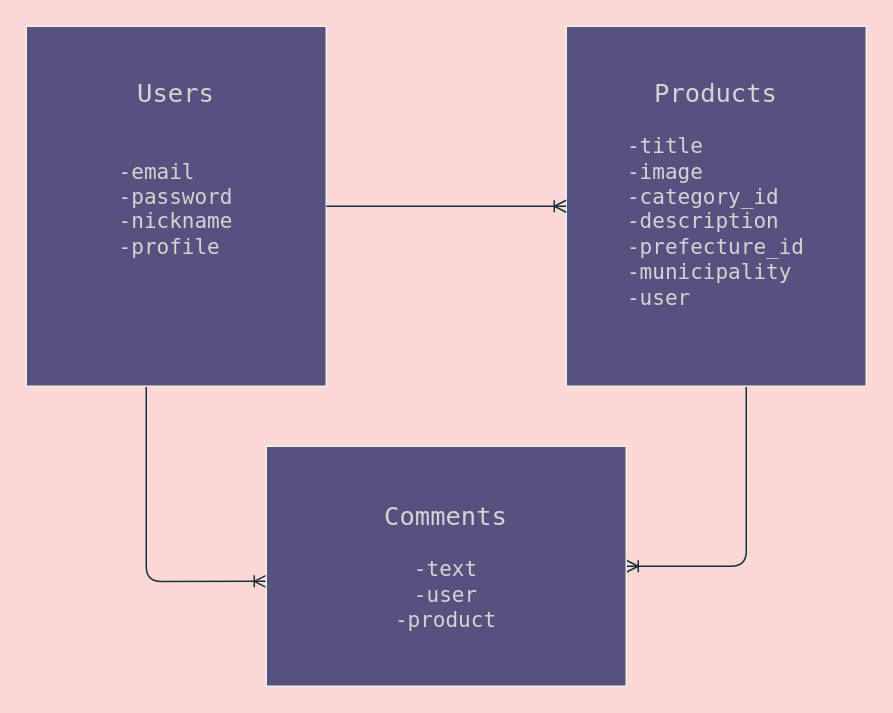
Before: o_test.dio in mo0777lucky/original-app, a draw.io diagram. Source tidied: cells renumbered, new cells numbered last; positions are measured from the earlier drawing's top-left corner, leaving out a move shared by most shapes. Both pictures are drawn from the tidied source at 150%, with x=0, y=0 at pixel (26, 26).
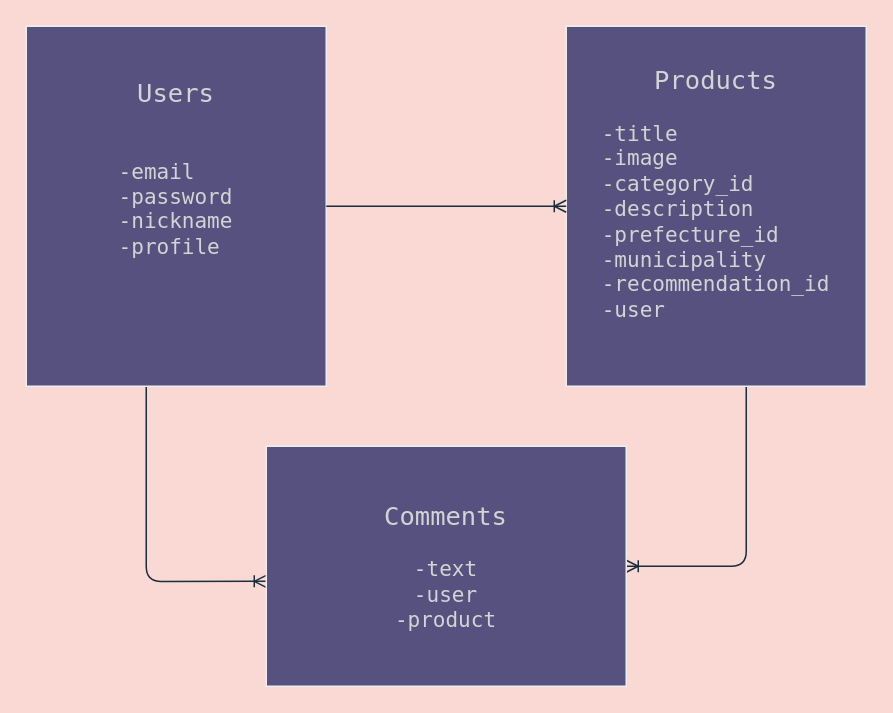
The same diagram, later.

What changed in the source:
```diff
@@
 <mxGraphModel background="#FAD9D5">
   <root>
     <mxCell id="0" />
     <mxCell id="1" parent="0" />
     <mxCell id="2" style="edgeStyle=orthogonalEdgeStyle;curved=0;rounded=1;sketch=0;jettySize=auto;html=1;strokeColor=#182E3E;endArrow=ERoneToMany;endFill=0;" parent="1" edge="1" source="3" target="11">
       <mxGeometry relative="1" as="geometry">
         <Array as="points">
           <mxPoint x="480" y="360" />
         </Array>
       </mxGeometry>
     </mxCell>
     <mxCell id="3" style="shape=table;html=1;whiteSpace=wrap;startSize=0;childLayout=tableLayout;fillColor=#56517E;strokeColor=#EEEEEE;fontColor=#FFFFFF;" parent="1" vertex="1">
       <mxGeometry x="360" width="200" height="240" as="geometry" />
     </mxCell>
     <mxCell id="4" style="shape=partialRectangle;html=1;whiteSpace=wrap;fillColor=none;top=0;left=0;bottom=0;right=0;points=[[0,0.5],[1,0.5]];portConstraint=eastwest;strokeColor=#EEEEEE;fontColor=#FFFFFF;" parent="3" vertex="1">
       <mxGeometry width="200" height="240" as="geometry" />
     </mxCell>
-    <mxCell id="5" value="&lt;div style=&quot;color: rgb(212 , 212 , 212) ; font-family: &amp;#34;menlo&amp;#34; , &amp;#34;monaco&amp;#34; , &amp;#34;courier new&amp;#34; , monospace ; font-style: normal ; font-weight: 400 ; letter-spacing: normal ; text-align: center ; text-indent: 0px ; text-transform: none ; word-spacing: 0px&quot;&gt;&lt;font style=&quot;font-size: 17px&quot;&gt;Products&lt;/font&gt;&lt;/div&gt;&lt;div style=&quot;color: rgb(212 , 212 , 212) ; font-family: &amp;#34;menlo&amp;#34; , &amp;#34;monaco&amp;#34; , &amp;#34;courier new&amp;#34; , monospace ; font-style: normal ; font-weight: 400 ; letter-spacing: normal ; text-align: center ; text-indent: 0px ; text-transform: none ; word-spacing: 0px ; font-size: 14px&quot;&gt;&lt;font style=&quot;font-size: 14px&quot;&gt;&lt;br&gt;&lt;/font&gt;&lt;/div&gt;&lt;div style=&quot;text-align: left ; color: rgb(212 , 212 , 212) ; font-family: &amp;#34;menlo&amp;#34; , &amp;#34;monaco&amp;#34; , &amp;#34;courier new&amp;#34; , monospace ; font-style: normal ; font-weight: 400 ; letter-spacing: normal ; text-indent: 0px ; text-transform: none ; word-spacing: 0px ; font-size: 14px&quot;&gt;&lt;font style=&quot;font-size: 14px&quot;&gt;-title&lt;/font&gt;&lt;/div&gt;&lt;div style=&quot;text-align: left ; color: rgb(212 , 212 , 212) ; font-family: &amp;#34;menlo&amp;#34; , &amp;#34;monaco&amp;#34; , &amp;#34;courier new&amp;#34; , monospace ; font-style: normal ; font-weight: 400 ; letter-spacing: normal ; text-indent: 0px ; text-transform: none ; word-spacing: 0px ; font-size: 14px&quot;&gt;&lt;font style=&quot;font-size: 14px&quot;&gt;-image&lt;/font&gt;&lt;/div&gt;&lt;div style=&quot;text-align: left ; color: rgb(212 , 212 , 212) ; font-family: &amp;#34;menlo&amp;#34; , &amp;#34;monaco&amp;#34; , &amp;#34;courier new&amp;#34; , monospace ; font-style: normal ; font-weight: 400 ; letter-spacing: normal ; text-indent: 0px ; text-transform: none ; word-spacing: 0px ; font-size: 14px&quot;&gt;&lt;font style=&quot;font-size: 14px&quot;&gt;-category_id&lt;/font&gt;&lt;/div&gt;&lt;div style=&quot;text-align: left ; color: rgb(212 , 212 , 212) ; font-family: &amp;#34;menlo&amp;#34; , &amp;#34;monaco&amp;#34; , &amp;#34;courier new&amp;#34; , monospace ; font-style: normal ; font-weight: 400 ; letter-spacing: normal ; text-indent: 0px ; text-transform: none ; word-spacing: 0px ; font-size: 14px&quot;&gt;&lt;font style=&quot;font-size: 14px&quot;&gt;-description&lt;/font&gt;&lt;/div&gt;&lt;div style=&quot;text-align: left ; color: rgb(212 , 212 , 212) ; font-family: &amp;#34;menlo&amp;#34; , &amp;#34;monaco&amp;#34; , &amp;#34;courier new&amp;#34; , monospace ; font-style: normal ; font-weight: 400 ; letter-spacing: normal ; text-indent: 0px ; text-transform: none ; word-spacing: 0px ; font-size: 14px&quot;&gt;&lt;font style=&quot;font-size: 14px&quot;&gt;-prefecture_id&lt;/font&gt;&lt;/div&gt;&lt;div style=&quot;text-align: left ; color: rgb(212 , 212 , 212) ; font-family: &amp;#34;menlo&amp;#34; , &amp;#34;monaco&amp;#34; , &amp;#34;courier new&amp;#34; , monospace ; font-style: normal ; font-weight: 400 ; letter-spacing: normal ; text-indent: 0px ; text-transform: none ; word-spacing: 0px ; font-size: 14px&quot;&gt;&lt;font style=&quot;font-size: 14px&quot;&gt;-municipality&lt;/font&gt;&lt;/div&gt;&lt;div style=&quot;text-align: left ; color: rgb(212 , 212 , 212) ; font-family: &amp;#34;menlo&amp;#34; , &amp;#34;monaco&amp;#34; , &amp;#34;courier new&amp;#34; , monospace ; font-style: normal ; font-weight: 400 ; letter-spacing: normal ; text-indent: 0px ; text-transform: none ; word-spacing: 0px ; font-size: 14px&quot;&gt;&lt;font style=&quot;font-size: 14px&quot;&gt;-user&lt;/font&gt;&lt;/div&gt;&lt;div style=&quot;text-align: left ; color: rgb(212 , 212 , 212) ; font-family: &amp;#34;menlo&amp;#34; , &amp;#34;monaco&amp;#34; , &amp;#34;courier new&amp;#34; , monospace ; font-style: normal ; font-weight: 400 ; letter-spacing: normal ; text-indent: 0px ; text-transform: none ; word-spacing: 0px ; font-size: 14px&quot;&gt;&lt;font style=&quot;font-size: 14px&quot;&gt;&lt;br&gt;&lt;/font&gt;&lt;/div&gt;" style="shape=partialRectangle;html=1;whiteSpace=wrap;overflow=hidden;fillColor=none;top=0;left=0;bottom=0;right=0;strokeColor=#EEEEEE;fontColor=#FFFFFF;" parent="4" vertex="1">
+    <mxCell id="5" value="&lt;div style=&quot;color: rgb(212 , 212 , 212) ; font-family: &amp;#34;menlo&amp;#34; , &amp;#34;monaco&amp;#34; , &amp;#34;courier new&amp;#34; , monospace ; font-style: normal ; font-weight: 400 ; letter-spacing: normal ; text-align: center ; text-indent: 0px ; text-transform: none ; word-spacing: 0px&quot;&gt;&lt;font style=&quot;font-size: 17px&quot;&gt;Products&lt;/font&gt;&lt;/div&gt;&lt;div style=&quot;color: rgb(212 , 212 , 212) ; font-family: &amp;#34;menlo&amp;#34; , &amp;#34;monaco&amp;#34; , &amp;#34;courier new&amp;#34; , monospace ; font-style: normal ; font-weight: 400 ; letter-spacing: normal ; text-align: center ; text-indent: 0px ; text-transform: none ; word-spacing: 0px ; font-size: 14px&quot;&gt;&lt;font style=&quot;font-size: 14px&quot;&gt;&lt;br&gt;&lt;/font&gt;&lt;/div&gt;&lt;div style=&quot;text-align: left ; color: rgb(212 , 212 , 212) ; font-family: &amp;#34;menlo&amp;#34; , &amp;#34;monaco&amp;#34; , &amp;#34;courier new&amp;#34; , monospace ; font-style: normal ; font-weight: 400 ; letter-spacing: normal ; text-indent: 0px ; text-transform: none ; word-spacing: 0px ; font-size: 14px&quot;&gt;&lt;font style=&quot;font-size: 14px&quot;&gt;-title&lt;/font&gt;&lt;/div&gt;&lt;div style=&quot;text-align: left ; color: rgb(212 , 212 , 212) ; font-family: &amp;#34;menlo&amp;#34; , &amp;#34;monaco&amp;#34; , &amp;#34;courier new&amp;#34; , monospace ; font-style: normal ; font-weight: 400 ; letter-spacing: normal ; text-indent: 0px ; text-transform: none ; word-spacing: 0px ; font-size: 14px&quot;&gt;&lt;font style=&quot;font-size: 14px&quot;&gt;-image&lt;/font&gt;&lt;/div&gt;&lt;div style=&quot;text-align: left ; color: rgb(212 , 212 , 212) ; font-family: &amp;#34;menlo&amp;#34; , &amp;#34;monaco&amp;#34; , &amp;#34;courier new&amp;#34; , monospace ; font-style: normal ; font-weight: 400 ; letter-spacing: normal ; text-indent: 0px ; text-transform: none ; word-spacing: 0px ; font-size: 14px&quot;&gt;&lt;font style=&quot;font-size: 14px&quot;&gt;-category_id&lt;/font&gt;&lt;/div&gt;&lt;div style=&quot;text-align: left ; color: rgb(212 , 212 , 212) ; font-family: &amp;#34;menlo&amp;#34; , &amp;#34;monaco&amp;#34; , &amp;#34;courier new&amp;#34; , monospace ; font-style: normal ; font-weight: 400 ; letter-spacing: normal ; text-indent: 0px ; text-transform: none ; word-spacing: 0px ; font-size: 14px&quot;&gt;&lt;font style=&quot;font-size: 14px&quot;&gt;-description&lt;/font&gt;&lt;/div&gt;&lt;div style=&quot;text-align: left ; color: rgb(212 , 212 , 212) ; font-family: &amp;#34;menlo&amp;#34; , &amp;#34;monaco&amp;#34; , &amp;#34;courier new&amp;#34; , monospace ; font-style: normal ; font-weight: 400 ; letter-spacing: normal ; text-indent: 0px ; text-transform: none ; word-spacing: 0px ; font-size: 14px&quot;&gt;&lt;font style=&quot;font-size: 14px&quot;&gt;-prefecture_id&lt;/font&gt;&lt;/div&gt;&lt;div style=&quot;text-align: left ; color: rgb(212 , 212 , 212) ; font-family: &amp;#34;menlo&amp;#34; , &amp;#34;monaco&amp;#34; , &amp;#34;courier new&amp;#34; , monospace ; font-style: normal ; font-weight: 400 ; letter-spacing: normal ; text-indent: 0px ; text-transform: none ; word-spacing: 0px ; font-size: 14px&quot;&gt;&lt;font style=&quot;font-size: 14px&quot;&gt;-municipality&lt;/font&gt;&lt;/div&gt;&lt;div style=&quot;text-align: left ; color: rgb(212 , 212 , 212) ; font-family: &amp;#34;menlo&amp;#34; , &amp;#34;monaco&amp;#34; , &amp;#34;courier new&amp;#34; , monospace ; font-style: normal ; font-weight: 400 ; letter-spacing: normal ; text-indent: 0px ; text-transform: none ; word-spacing: 0px ; font-size: 14px&quot;&gt;-recommendation_id&lt;/div&gt;&lt;div style=&quot;text-align: left ; color: rgb(212 , 212 , 212) ; font-family: &amp;#34;menlo&amp;#34; , &amp;#34;monaco&amp;#34; , &amp;#34;courier new&amp;#34; , monospace ; font-style: normal ; font-weight: 400 ; letter-spacing: normal ; text-indent: 0px ; text-transform: none ; word-spacing: 0px ; font-size: 14px&quot;&gt;&lt;font style=&quot;font-size: 14px&quot;&gt;-user&lt;/font&gt;&lt;/div&gt;&lt;div style=&quot;text-align: left ; color: rgb(212 , 212 , 212) ; font-family: &amp;#34;menlo&amp;#34; , &amp;#34;monaco&amp;#34; , &amp;#34;courier new&amp;#34; , monospace ; font-style: normal ; font-weight: 400 ; letter-spacing: normal ; text-indent: 0px ; text-transform: none ; word-spacing: 0px ; font-size: 14px&quot;&gt;&lt;font style=&quot;font-size: 14px&quot;&gt;&lt;br&gt;&lt;/font&gt;&lt;/div&gt;" style="shape=partialRectangle;html=1;whiteSpace=wrap;overflow=hidden;fillColor=none;top=0;left=0;bottom=0;right=0;strokeColor=#EEEEEE;fontColor=#FFFFFF;" parent="4" vertex="1">
       <mxGeometry width="200" height="240" as="geometry" />
     </mxCell>
     <mxCell id="6" style="edgeStyle=orthogonalEdgeStyle;curved=0;rounded=1;sketch=0;jettySize=auto;html=1;entryX=0;entryY=0.563;entryDx=0;entryDy=0;entryPerimeter=0;strokeColor=#182E3E;endArrow=ERoneToMany;endFill=0;" parent="1" edge="1" source="7" target="11">
       <mxGeometry relative="1" as="geometry">
         <Array as="points">
           <mxPoint x="80" y="370" />
         </Array>
       </mxGeometry>
     </mxCell>
     <mxCell id="7" style="shape=table;html=1;whiteSpace=wrap;startSize=0;childLayout=tableLayout;fillColor=#56517E;strokeColor=#EEEEEE;fontColor=#FFFFFF;" parent="1" vertex="1">
       <mxGeometry width="200" height="240" as="geometry" />
     </mxCell>
     <mxCell id="8" style="shape=partialRectangle;html=1;whiteSpace=wrap;fillColor=none;top=0;left=0;bottom=0;right=0;points=[[0,0.5],[1,0.5]];portConstraint=eastwest;strokeColor=#EEEEEE;fontColor=#FFFFFF;" parent="7" vertex="1">
       <mxGeometry width="200" height="240" as="geometry" />
     </mxCell>
     <mxCell id="9" value="&lt;div style=&quot;color: rgb(212 , 212 , 212) ; font-family: &amp;#34;menlo&amp;#34; , &amp;#34;monaco&amp;#34; , &amp;#34;courier new&amp;#34; , monospace ; font-style: normal ; font-weight: 400 ; letter-spacing: normal ; text-align: center ; text-indent: 0px ; text-transform: none ; word-spacing: 0px&quot;&gt;&lt;span style=&quot;color: rgb(212 , 212 , 212)&quot;&gt;&lt;font style=&quot;font-size: 17px&quot;&gt;Users&lt;/font&gt;&lt;/span&gt;&lt;/div&gt;&lt;div style=&quot;color: rgb(212 , 212 , 212) ; font-family: &amp;#34;menlo&amp;#34; , &amp;#34;monaco&amp;#34; , &amp;#34;courier new&amp;#34; , monospace ; font-style: normal ; font-weight: 400 ; letter-spacing: normal ; text-align: center ; text-indent: 0px ; text-transform: none ; word-spacing: 0px ; font-size: 14px&quot;&gt;&lt;br&gt;&lt;/div&gt;&lt;div style=&quot;color: rgb(212 , 212 , 212) ; font-family: &amp;#34;menlo&amp;#34; , &amp;#34;monaco&amp;#34; , &amp;#34;courier new&amp;#34; , monospace ; font-style: normal ; font-weight: 400 ; letter-spacing: normal ; text-align: center ; text-indent: 0px ; text-transform: none ; word-spacing: 0px ; font-size: 14px&quot;&gt;&lt;br&gt;&lt;/div&gt;&lt;div style=&quot;text-align: left ; color: rgb(212 , 212 , 212) ; font-family: &amp;#34;menlo&amp;#34; , &amp;#34;monaco&amp;#34; , &amp;#34;courier new&amp;#34; , monospace ; font-style: normal ; font-weight: 400 ; letter-spacing: normal ; text-indent: 0px ; text-transform: none ; word-spacing: 0px ; font-size: 14px&quot;&gt;&lt;span style=&quot;color: rgb(212 , 212 , 212)&quot;&gt;&lt;font style=&quot;font-size: 14px&quot;&gt;-email&lt;/font&gt;&lt;/span&gt;&lt;/div&gt;&lt;div style=&quot;text-align: left ; color: rgb(212 , 212 , 212) ; font-family: &amp;#34;menlo&amp;#34; , &amp;#34;monaco&amp;#34; , &amp;#34;courier new&amp;#34; , monospace ; font-style: normal ; font-weight: 400 ; letter-spacing: normal ; text-indent: 0px ; text-transform: none ; word-spacing: 0px ; font-size: 14px&quot;&gt;&lt;font style=&quot;font-size: 14px&quot;&gt;-password&lt;/font&gt;&lt;/div&gt;&lt;div style=&quot;text-align: left ; color: rgb(212 , 212 , 212) ; font-family: &amp;#34;menlo&amp;#34; , &amp;#34;monaco&amp;#34; , &amp;#34;courier new&amp;#34; , monospace ; font-style: normal ; font-weight: 400 ; letter-spacing: normal ; text-indent: 0px ; text-transform: none ; word-spacing: 0px ; font-size: 14px&quot;&gt;&lt;font style=&quot;font-size: 14px&quot;&gt;-nickname&lt;/font&gt;&lt;/div&gt;&lt;div style=&quot;text-align: left ; color: rgb(212 , 212 , 212) ; font-family: &amp;#34;menlo&amp;#34; , &amp;#34;monaco&amp;#34; , &amp;#34;courier new&amp;#34; , monospace ; font-style: normal ; font-weight: 400 ; letter-spacing: normal ; text-indent: 0px ; text-transform: none ; word-spacing: 0px ; font-size: 14px&quot;&gt;&lt;font style=&quot;font-size: 14px&quot;&gt;-profile&lt;/font&gt;&lt;/div&gt;&lt;div style=&quot;text-align: left ; color: rgb(212 , 212 , 212) ; font-family: &amp;#34;menlo&amp;#34; , &amp;#34;monaco&amp;#34; , &amp;#34;courier new&amp;#34; , monospace ; font-style: normal ; font-weight: 400 ; letter-spacing: normal ; text-indent: 0px ; text-transform: none ; word-spacing: 0px ; font-size: 14px&quot;&gt;&lt;font style=&quot;font-size: 14px&quot;&gt;&lt;br&gt;&lt;/font&gt;&lt;/div&gt;&lt;div style=&quot;text-align: left ; color: rgb(212 , 212 , 212) ; font-family: &amp;#34;menlo&amp;#34; , &amp;#34;monaco&amp;#34; , &amp;#34;courier new&amp;#34; , monospace ; font-style: normal ; font-weight: 400 ; letter-spacing: normal ; text-indent: 0px ; text-transform: none ; word-spacing: 0px ; font-size: 14px&quot;&gt;&lt;font style=&quot;font-size: 14px&quot;&gt;&lt;br&gt;&lt;/font&gt;&lt;/div&gt;&lt;div style=&quot;text-align: left ; color: rgb(212 , 212 , 212) ; font-family: &amp;#34;menlo&amp;#34; , &amp;#34;monaco&amp;#34; , &amp;#34;courier new&amp;#34; , monospace ; font-style: normal ; font-weight: 400 ; letter-spacing: normal ; text-indent: 0px ; text-transform: none ; word-spacing: 0px ; font-size: 14px&quot;&gt;&lt;font style=&quot;font-size: 14px&quot;&gt;&lt;br&gt;&lt;/font&gt;&lt;/div&gt;" style="shape=partialRectangle;html=1;whiteSpace=wrap;overflow=hidden;fillColor=none;top=0;left=0;bottom=0;right=0;strokeColor=#EEEEEE;fontColor=#FFFFFF;" parent="8" vertex="1">
       <mxGeometry width="200" height="240" as="geometry" />
     </mxCell>
     <mxCell id="10" style="shape=table;html=1;whiteSpace=wrap;startSize=0;childLayout=tableLayout;fillColor=#56517E;strokeColor=#EEEEEE;fontColor=#FFFFFF;" parent="1" vertex="1">
       <mxGeometry x="160" y="280" width="240" height="160" as="geometry" />
     </mxCell>
     <mxCell id="11" style="shape=partialRectangle;html=1;whiteSpace=wrap;fillColor=none;top=0;left=0;bottom=0;right=0;points=[[0,0.5],[1,0.5]];portConstraint=eastwest;strokeColor=#EEEEEE;fontColor=#FFFFFF;" parent="10" vertex="1">
       <mxGeometry width="240" height="160" as="geometry" />
     </mxCell>
     <mxCell id="12" value="&lt;div style=&quot;color: rgb(212 , 212 , 212) ; font-family: &amp;#34;menlo&amp;#34; , &amp;#34;monaco&amp;#34; , &amp;#34;courier new&amp;#34; , monospace ; font-style: normal ; font-weight: 400 ; letter-spacing: normal ; text-align: center ; text-indent: 0px ; text-transform: none ; word-spacing: 0px&quot;&gt;&lt;span style=&quot;color: rgb(212 , 212 , 212)&quot;&gt;&lt;font style=&quot;font-size: 17px&quot;&gt;Comments&lt;/font&gt;&lt;/span&gt;&lt;/div&gt;&lt;div style=&quot;color: rgb(212 , 212 , 212) ; font-family: &amp;#34;menlo&amp;#34; , &amp;#34;monaco&amp;#34; , &amp;#34;courier new&amp;#34; , monospace ; font-style: normal ; font-weight: 400 ; letter-spacing: normal ; text-align: center ; text-indent: 0px ; text-transform: none ; word-spacing: 0px ; font-size: 14px&quot;&gt;&lt;span style=&quot;color: rgb(212 , 212 , 212)&quot;&gt;&lt;font style=&quot;font-size: 14px&quot;&gt;&lt;br&gt;&lt;/font&gt;&lt;/span&gt;&lt;/div&gt;&lt;div style=&quot;color: rgb(212 , 212 , 212) ; font-family: &amp;#34;menlo&amp;#34; , &amp;#34;monaco&amp;#34; , &amp;#34;courier new&amp;#34; , monospace ; font-style: normal ; font-weight: 400 ; letter-spacing: normal ; text-align: center ; text-indent: 0px ; text-transform: none ; word-spacing: 0px ; font-size: 14px&quot;&gt;&lt;span style=&quot;color: rgb(212 , 212 , 212)&quot;&gt;&lt;font style=&quot;font-size: 14px&quot;&gt;-text&lt;/font&gt;&lt;/span&gt;&lt;/div&gt;&lt;div style=&quot;color: rgb(212 , 212 , 212) ; font-family: &amp;#34;menlo&amp;#34; , &amp;#34;monaco&amp;#34; , &amp;#34;courier new&amp;#34; , monospace ; font-style: normal ; font-weight: 400 ; letter-spacing: normal ; text-align: center ; text-indent: 0px ; text-transform: none ; word-spacing: 0px ; font-size: 14px&quot;&gt;&lt;font style=&quot;font-size: 14px&quot;&gt;-user&lt;/font&gt;&lt;/div&gt;&lt;div style=&quot;color: rgb(212 , 212 , 212) ; font-family: &amp;#34;menlo&amp;#34; , &amp;#34;monaco&amp;#34; , &amp;#34;courier new&amp;#34; , monospace ; font-style: normal ; font-weight: 400 ; letter-spacing: normal ; text-align: center ; text-indent: 0px ; text-transform: none ; word-spacing: 0px ; font-size: 14px&quot;&gt;&lt;span&gt;-product&lt;/span&gt;&lt;/div&gt;" style="shape=partialRectangle;html=1;whiteSpace=wrap;overflow=hidden;fillColor=none;top=0;left=0;bottom=0;right=0;strokeColor=#EEEEEE;fontColor=#FFFFFF;" parent="11" vertex="1">
       <mxGeometry width="240" height="160" as="geometry" />
     </mxCell>
     <mxCell id="13" style="edgeStyle=orthogonalEdgeStyle;curved=0;rounded=1;sketch=0;jettySize=auto;html=1;strokeColor=#182E3E;endArrow=ERoneToMany;endFill=0;" parent="1" edge="1" source="8" target="4">
       <mxGeometry relative="1" as="geometry" />
     </mxCell>
   </root>
 </mxGraphModel>
```
